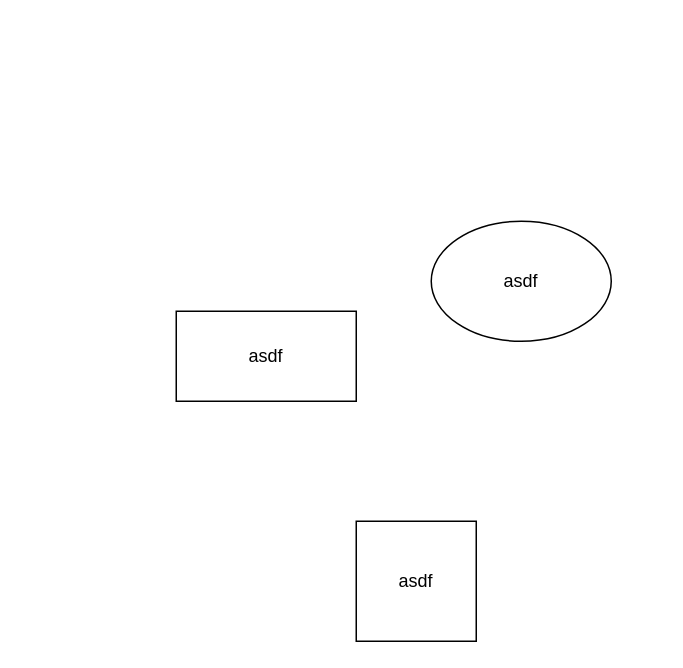
The draw.io diagram Entornos/Diagrama potente.drawio in david-calderon5/Finolis, before the edit. Source tidied: cells renumbered, new cells numbered last; positions are measured from the earlier drawing's top-left corner, leaving out a move shared by most shapes. Both pictures are drawn from the tidied source at 150%, with x=0, y=0 at pixel (176, 220).
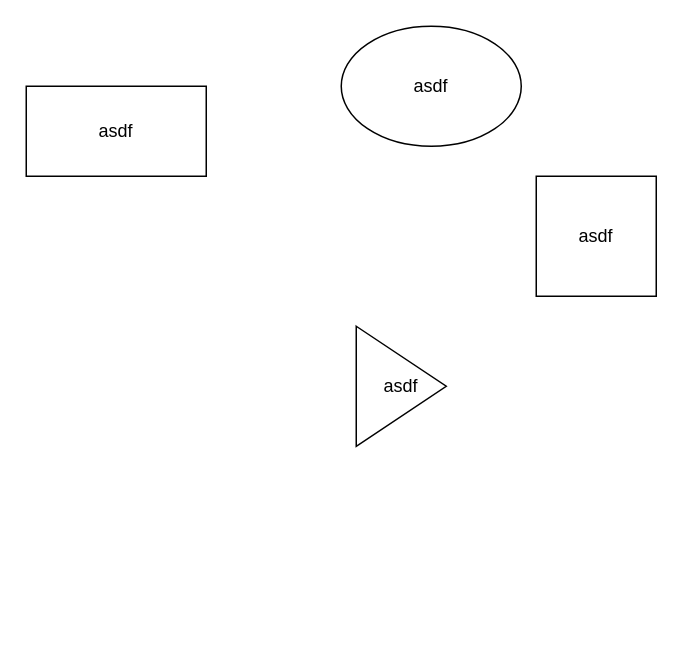
The same page after the edit.

What changed in the source:
```diff
@@
 <mxGraphModel>
   <root>
     <mxCell id="0" />
     <mxCell id="1" parent="0" />
     <mxCell id="2" value="asdf" style="rounded=0;whiteSpace=wrap;html=1;" parent="1" vertex="1">
-      <mxGeometry y="60" width="120" height="60" as="geometry" />
+      <mxGeometry x="-100" y="-90" width="120" height="60" as="geometry" />
     </mxCell>
     <mxCell id="3" value="asdf" style="ellipse;whiteSpace=wrap;html=1;" parent="1" vertex="1">
-      <mxGeometry x="170" width="120" height="80" as="geometry" />
+      <mxGeometry x="110" y="-130" width="120" height="80" as="geometry" />
     </mxCell>
     <mxCell id="4" value="asdf" style="whiteSpace=wrap;html=1;" parent="1" vertex="1">
-      <mxGeometry x="120" y="200" width="80" height="80" as="geometry" />
+      <mxGeometry x="240" y="-30" width="80" height="80" as="geometry" />
     </mxCell>
+    <mxCell id="5" value="asdf" style="triangle;whiteSpace=wrap;html=1;" parent="1" vertex="1">
+      <mxGeometry x="120" y="70" width="60" height="80" as="geometry" />
+    </mxCell>
   </root>
 </mxGraphModel>
```
